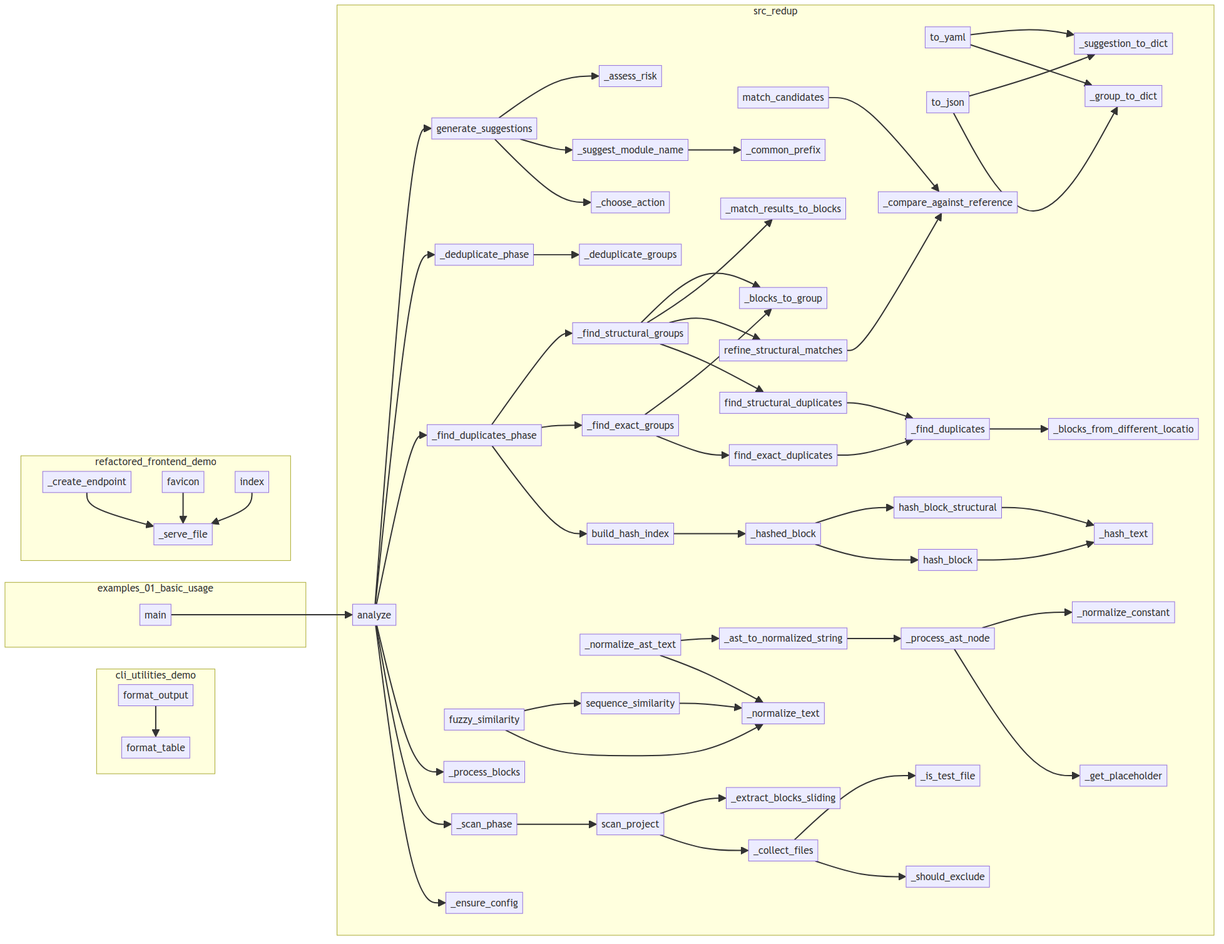
Before: project/calls.png, a diagram exported from Mermaid (semcod/redup). Its source is kept beside it as project/calls.mmd.
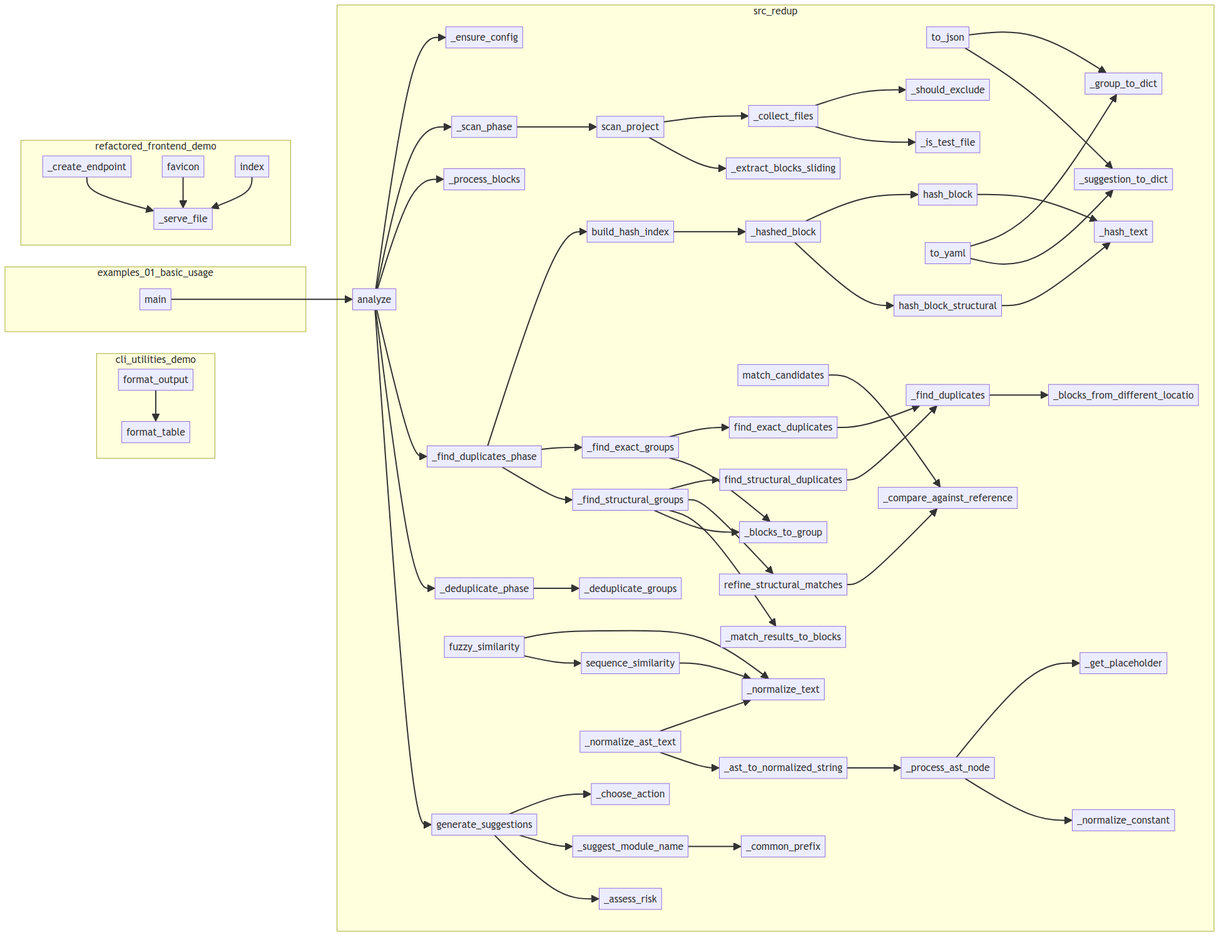
After the change.

Change to the diagram source:
```diff
@@ -1,69 +1,55 @@
 flowchart LR
-    subgraph cli_utilities_demo
-        cli_utilities_demo__format_table["format_table"]
-        cli_utilities_demo__format_output["format_output"]
-    end
     subgraph examples_01_basic_usage
         examples__01_basic_usage__main["main"]
     end
-    subgraph refactored_frontend_demo
-        refactored_frontend_demo___serve_file["_serve_file"]
-        refactored_frontend_demo__index["index"]
-        refactored_frontend_demo__favicon["favicon"]
-        refactored_frontend_demo___create_endpoint["_create_endpoint"]
-    end
     subgraph src_redup
-        src__redup__core__matcher__match_candidates["match_candidates"]
-        src__redup__core__planner___suggest_module_name["_suggest_module_name"]
-        src___ast_to_normalized_string["_ast_to_normalized_string"]
-        src__redup__core__hasher__build_hash_index["build_hash_index"]
+        src__redup__core__scanner__scan_project["scan_project"]
+        src__redup__core__hasher__find_exact_duplicates["find_exact_duplicates"]
         src__redup__reporters__yaml_reporter__to_yaml["to_yaml"]
-        src__find_structural_duplicates["find_structural_duplicates"]
         src__redup__core__pipeline___process_blocks["_process_blocks"]
         src__redup__reporters__json_reporter__to_json["to_json"]
+        src__redup__core__pipeline__analyze["analyze"]
+        src__redup__core__pipeline___deduplicate_groups["_deduplicate_groups"]
+        src___ast_to_normalized_string["_ast_to_normalized_string"]
+        src__redup__core__hasher___normalize_text["_normalize_text"]
+        src__redup__core__hasher___normalize_constant["_normalize_constant"]
+        src__redup__core__hasher__build_hash_index["build_hash_index"]
+        src___find_structural_groups["_find_structural_groups"]
+        src__redup__core__matcher__match_candidates["match_candidates"]
+        src__redup__core__hasher__hash_block["hash_block"]
+        src___blocks_from_different_locations["_blocks_from_different_locatio"]
+        src__redup__core__pipeline___ensure_config["_ensure_config"]
+        src___match_results_to_blocks["_match_results_to_blocks"]
+        src__redup__core__planner___suggest_module_name["_suggest_module_name"]
+        src__redup__core__planner___assess_risk["_assess_risk"]
+        src__redup__core__hasher___normalize_ast_text["_normalize_ast_text"]
+        src__redup__core__scanner___should_exclude["_should_exclude"]
+        src__redup__core__scanner___extract_blocks_sliding["_extract_blocks_sliding"]
+        src__refine_structural_matches["refine_structural_matches"]
+        src__find_structural_duplicates["find_structural_duplicates"]
+        src__redup__core__hasher___hash_text["_hash_text"]
+        src__redup__core__hasher___hashed_block["_hashed_block"]
+        src__redup__core__hasher___find_duplicates["_find_duplicates"]
+        src__redup__core__pipeline___blocks_to_group["_blocks_to_group"]
+        src__redup__core__matcher__fuzzy_similarity["fuzzy_similarity"]
+        src__redup__core__hasher___process_ast_node["_process_ast_node"]
+        src__redup__core__scanner___is_test_file["_is_test_file"]
+        src__redup__core__planner___common_prefix["_common_prefix"]
+        src__redup__core__hasher__hash_block_structural["hash_block_structural"]
+        src___group_to_dict["_group_to_dict"]
+        src__redup__core__planner___choose_action["_choose_action"]
+        src__redup__core__matcher__sequence_similarity["sequence_similarity"]
+        src__redup__core__scanner___collect_files["_collect_files"]
+        src__redup__core__pipeline___scan_phase["_scan_phase"]
+        src__redup__core__pipeline___find_exact_groups["_find_exact_groups"]
+        src__redup__core__hasher___get_placeholder["_get_placeholder"]
+        src__redup__core__planner__generate_suggestions["generate_suggestions"]
+        src___suggestion_to_dict["_suggestion_to_dict"]
+        src__redup__core__pipeline___deduplicate_phase["_deduplicate_phase"]
+        src__redup__core__pipeline___find_duplicates_phase["_find_duplicates_phase"]
         src___compare_against_reference["_compare_against_reference"]
-        src__redup__core__scanner___extract_blocks_sliding["_extract_blocks_sliding"]
-        src__redup__core__hasher___hash_text["_hash_text"]
-        src__redup__core__scanner___is_test_file["_is_test_file"]
-        src__refine_structural_matches["refine_structural_matches"]
-        src__redup__core__hasher__hash_block["hash_block"]
-        src__redup__core__hasher___hashed_block["_hashed_block"]
-        src__redup__core__pipeline__analyze["analyze"]
-        src__redup__core__planner___assess_risk["_assess_risk"]
-        src__redup__core__pipeline___ensure_config["_ensure_config"]
-        src__redup__core__hasher__find_exact_duplicates["find_exact_duplicates"]
-        src__redup__core__matcher__sequence_similarity["sequence_similarity"]
-        src___blocks_from_different_locations["_blocks_from_different_locatio"]
-        src__redup__core__pipeline___find_exact_groups["_find_exact_groups"]
-        src__redup__core__pipeline___blocks_to_group["_blocks_to_group"]
-        src__redup__core__hasher__hash_block_structural["hash_block_structural"]
-        src__redup__core__scanner__scan_project["scan_project"]
-        src___group_to_dict["_group_to_dict"]
-        src__redup__core__hasher___process_ast_node["_process_ast_node"]
-        src__redup__core__pipeline___find_duplicates_phase["_find_duplicates_phase"]
-        src__redup__core__matcher__fuzzy_similarity["fuzzy_similarity"]
-        src__redup__core__hasher___find_duplicates["_find_duplicates"]
-        src__redup__core__planner___choose_action["_choose_action"]
-        src__redup__core__planner___common_prefix["_common_prefix"]
-        src__redup__core__scanner___should_exclude["_should_exclude"]
-        src__redup__core__hasher___normalize_constant["_normalize_constant"]
-        src__redup__core__pipeline___scan_phase["_scan_phase"]
-        src__redup__core__pipeline___deduplicate_phase["_deduplicate_phase"]
-        src__redup__core__planner__generate_suggestions["generate_suggestions"]
-        src__redup__core__scanner___collect_files["_collect_files"]
-        src__redup__core__hasher___normalize_ast_text["_normalize_ast_text"]
-        src__redup__core__hasher___get_placeholder["_get_placeholder"]
-        src___match_results_to_blocks["_match_results_to_blocks"]
-        src__redup__core__pipeline___deduplicate_groups["_deduplicate_groups"]
-        src___suggestion_to_dict["_suggestion_to_dict"]
-        src___find_structural_groups["_find_structural_groups"]
-        src__redup__core__hasher___normalize_text["_normalize_text"]
     end
     examples__01_basic_usage__main --> src__redup__core__pipeline__analyze
-    refactored_frontend_demo___create_endpoint --> refactored_frontend_demo___serve_file
-    refactored_frontend_demo__favicon --> refactored_frontend_demo___serve_file
-    refactored_frontend_demo__index --> refactored_frontend_demo___serve_file
-    cli_utilities_demo__format_output --> cli_utilities_demo__format_table
     src__redup__core__planner___suggest_module_name --> src__redup__core__planner___common_prefix
     src__redup__core__planner__generate_suggestions --> src__redup__core__planner___choose_action
     src__redup__core__planner__generate_suggestions --> src__redup__core__planner___suggest_module_name
@@ -72,6 +58,23 @@
     src__redup__core__scanner___collect_files --> src__redup__core__scanner___is_test_file
     src__redup__core__scanner__scan_project --> src__redup__core__scanner___collect_files
     src__redup__core__scanner__scan_project --> src__redup__core__scanner___extract_blocks_sliding
+    src__redup__core__pipeline__analyze --> src__redup__core__pipeline___ensure_config
+    src__redup__core__pipeline__analyze --> src__redup__core__pipeline___scan_phase
+    src__redup__core__pipeline__analyze --> src__redup__core__pipeline___process_blocks
+    src__redup__core__pipeline__analyze --> src__redup__core__pipeline___find_duplicates_phase
+    src__redup__core__pipeline__analyze --> src__redup__core__pipeline___deduplicate_phase
+    src__redup__core__pipeline__analyze --> src__redup__core__planner__generate_suggestions
+    src__redup__core__pipeline___scan_phase --> src__redup__core__scanner__scan_project
+    src__redup__core__pipeline___find_duplicates_phase --> src__redup__core__hasher__build_hash_index
+    src__redup__core__pipeline___find_duplicates_phase --> src__redup__core__pipeline___find_exact_groups
+    src__redup__core__pipeline___find_duplicates_phase --> src___find_structural_groups
+    src__redup__core__pipeline___find_exact_groups --> src__redup__core__hasher__find_exact_duplicates
+    src__redup__core__pipeline___find_exact_groups --> src__redup__core__pipeline___blocks_to_group
+    src___find_structural_groups --> src__find_structural_duplicates
+    src___find_structural_groups --> src__refine_structural_matches
+    src___find_structural_groups --> src___match_results_to_blocks
+    src___find_structural_groups --> src__redup__core__pipeline___blocks_to_group
+    src__redup__core__pipeline___deduplicate_phase --> src__redup__core__pipeline___deduplicate_groups
     src__redup__reporters__json_reporter__to_json --> src___group_to_dict
     src__redup__reporters__json_reporter__to_json --> src___suggestion_to_dict
     src__redup__reporters__yaml_reporter__to_yaml --> src___group_to_dict
@@ -94,20 +97,3 @@
     src__redup__core__hasher___find_duplicates --> src___blocks_from_different_locations
     src__redup__core__hasher__find_exact_duplicates --> src__redup__core__hasher___find_duplicates
     src__find_structural_duplicates --> src__redup__core__hasher___find_duplicates
-    src__redup__core__pipeline__analyze --> src__redup__core__pipeline___ensure_config
-    src__redup__core__pipeline__analyze --> src__redup__core__pipeline___scan_phase
-    src__redup__core__pipeline__analyze --> src__redup__core__pipeline___process_blocks
-    src__redup__core__pipeline__analyze --> src__redup__core__pipeline___find_duplicates_phase
-    src__redup__core__pipeline__analyze --> src__redup__core__pipeline___deduplicate_phase
-    src__redup__core__pipeline__analyze --> src__redup__core__planner__generate_suggestions
-    src__redup__core__pipeline___scan_phase --> src__redup__core__scanner__scan_project
-    src__redup__core__pipeline___find_duplicates_phase --> src__redup__core__hasher__build_hash_index
-    src__redup__core__pipeline___find_duplicates_phase --> src__redup__core__pipeline___find_exact_groups
-    src__redup__core__pipeline___find_duplicates_phase --> src___find_structural_groups
-    src__redup__core__pipeline___find_exact_groups --> src__redup__core__hasher__find_exact_duplicates
-    src__redup__core__pipeline___find_exact_groups --> src__redup__core__pipeline___blocks_to_group
-    src___find_structural_groups --> src__find_structural_duplicates
-    src___find_structural_groups --> src__refine_structural_matches
-    src___find_structural_groups --> src___match_results_to_blocks
-    src___find_structural_groups --> src__redup__core__pipeline___blocks_to_group
-    src__redup__core__pipeline___deduplicate_phase --> src__redup__core__pipeline___deduplicate_groups
```
